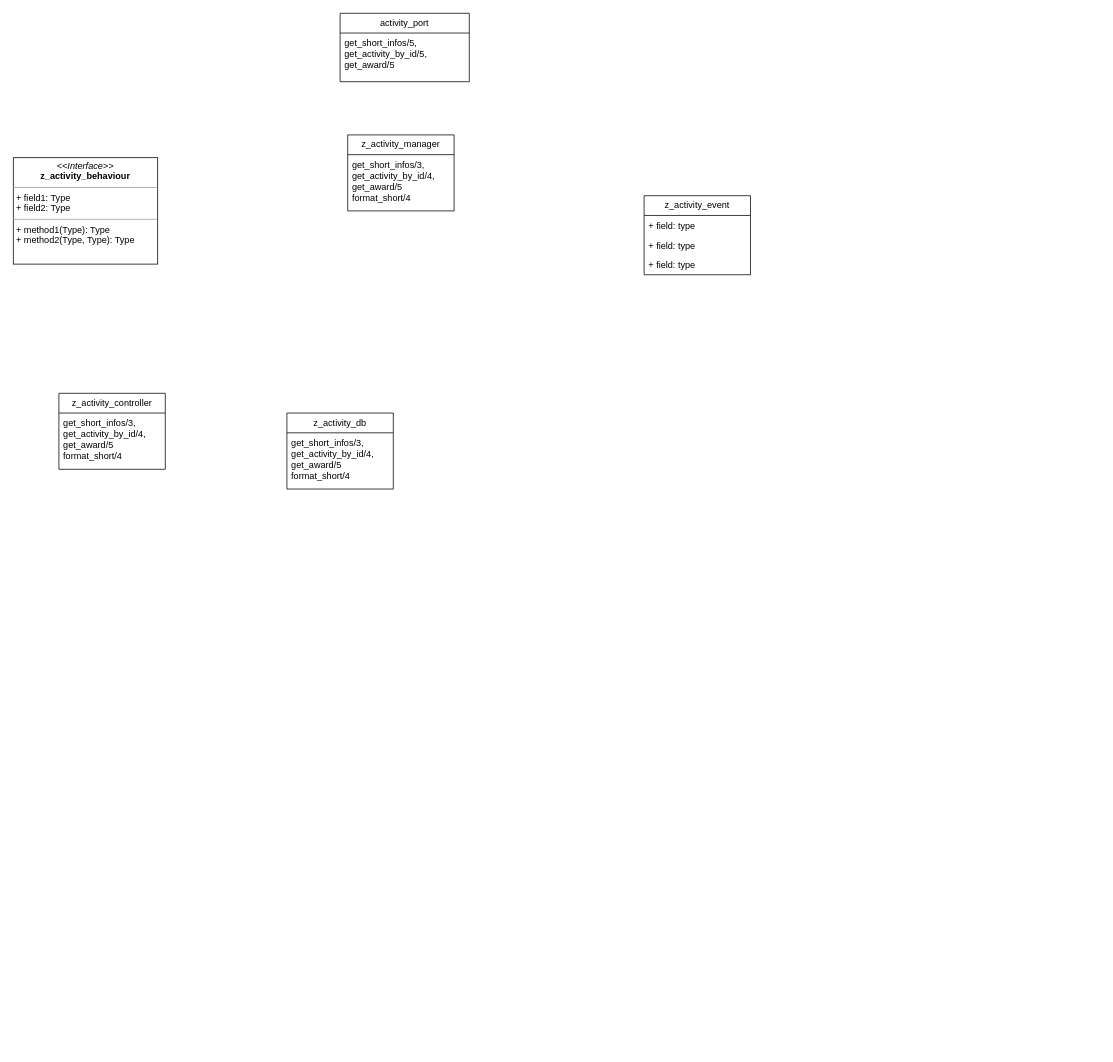
Earlier version of the draw.io diagram flowchart/活动系统.drawio (honghangzhi/diagrams). Source tidied: cells renumbered, new cells numbered last; positions are measured from the earlier drawing's top-left corner, leaving out a move shared by most shapes. Both pictures are drawn from the tidied source at 76%, with x=0, y=0 at pixel (13, 13).
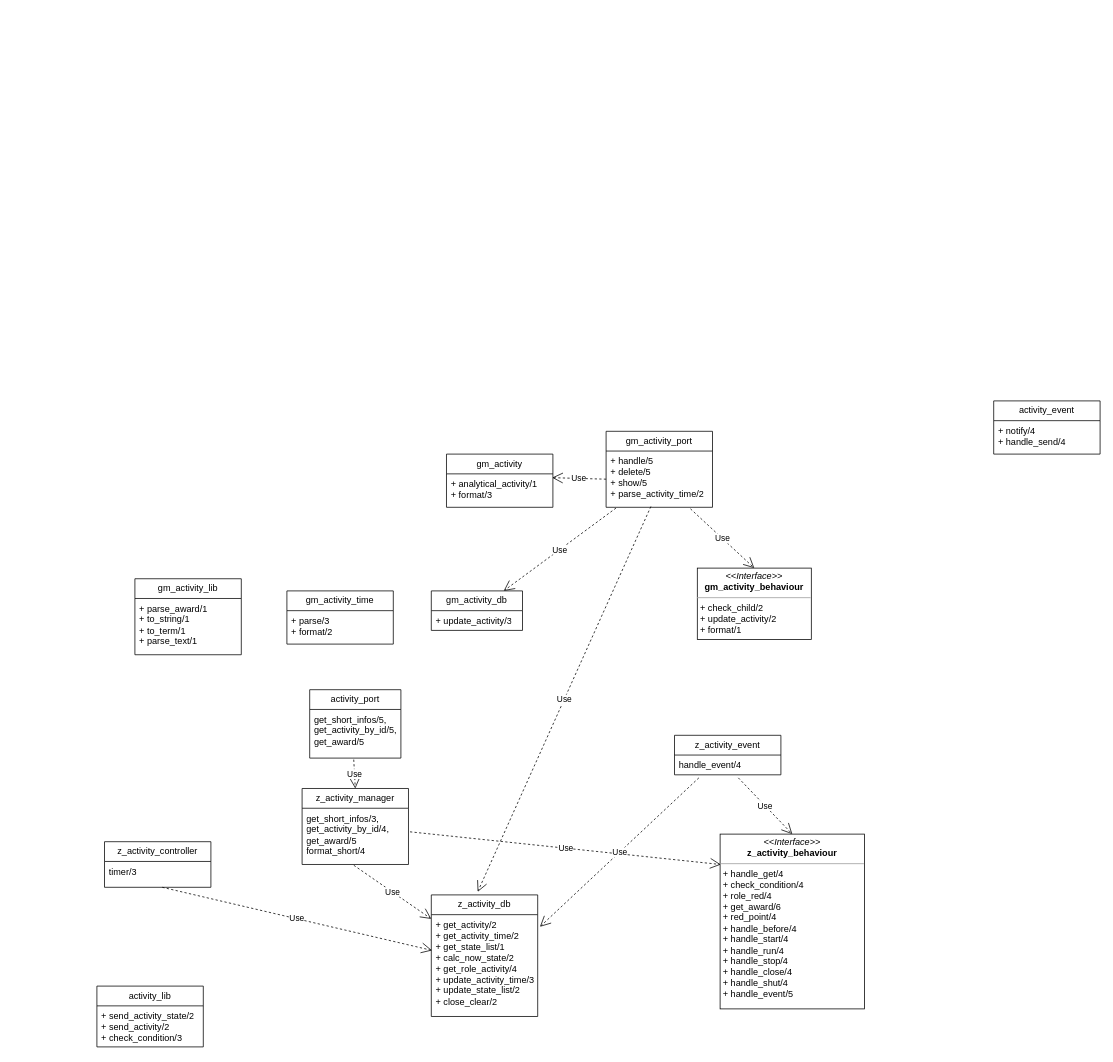
Above is the later version.

Commit message:
更新活动系统.drawio

The change refers to these unchanged cells:
```xml
<mxCell id="6" value="&lt;div&gt;get_short_infos/3, get_activity_by_id/4, get_award/5&lt;/div&gt;&lt;div&gt;&lt;span style=&quot;background-color: initial;&quot;&gt;format_short/4&lt;/span&gt;&lt;/div&gt;" style="text;strokeColor=none;fillColor=none;align=left;verticalAlign=top;spacingLeft=4;spacingRight=4;overflow=hidden;points=[[0,0.5],[1,0.5]];portConstraint=eastwest;whiteSpace=wrap;html=1;" parent="5" vertex="1">
  <mxGeometry y="26" width="140" height="74" as="geometry" />
</mxCell>
```

Diff of the diagram source:
```diff
@@
-    <mxCell id="2" value="&lt;p style=&quot;margin:0px;margin-top:4px;text-align:center;&quot;&gt;&lt;i&gt;&amp;lt;&amp;lt;Interface&amp;gt;&amp;gt;&lt;/i&gt;&lt;br&gt;&lt;/p&gt;&lt;div style=&quot;text-align: center;&quot;&gt;&lt;b&gt;z_activity_behaviour&lt;/b&gt;&lt;/div&gt;&lt;hr size=&quot;1&quot;&gt;&lt;p style=&quot;margin:0px;margin-left:4px;&quot;&gt;+ field1: Type&lt;br&gt;+ field2: Type&lt;/p&gt;&lt;hr size=&quot;1&quot;&gt;&lt;p style=&quot;margin:0px;margin-left:4px;&quot;&gt;+ method1(Type): Type&lt;br&gt;+ method2(Type, Type): Type&lt;/p&gt;" style="verticalAlign=top;align=left;overflow=fill;fontSize=12;fontFamily=Helvetica;html=1;whiteSpace=wrap;" parent="1" vertex="1">
-      <mxGeometry y="190" width="190" height="140" as="geometry" />
+    <mxCell id="2" value="&lt;p style=&quot;margin:0px;margin-top:4px;text-align:center;&quot;&gt;&lt;i&gt;&amp;lt;&amp;lt;Interface&amp;gt;&amp;gt;&lt;/i&gt;&lt;br&gt;&lt;/p&gt;&lt;div style=&quot;text-align: center;&quot;&gt;&lt;b&gt;z_activity_behaviour&lt;/b&gt;&lt;/div&gt;&lt;hr size=&quot;1&quot;&gt;&lt;p style=&quot;margin:0px;margin-left:4px;&quot;&gt;+ handle_get/4&lt;/p&gt;&lt;p style=&quot;margin:0px;margin-left:4px;&quot;&gt;+ check_condition/4&lt;/p&gt;&lt;p style=&quot;margin:0px;margin-left:4px;&quot;&gt;+ role_red/4&lt;/p&gt;&lt;p style=&quot;margin:0px;margin-left:4px;&quot;&gt;+ get_award/6&lt;/p&gt;&lt;p style=&quot;margin:0px;margin-left:4px;&quot;&gt;+ red_point/4&lt;/p&gt;&lt;p style=&quot;margin:0px;margin-left:4px;&quot;&gt;+ handle_before/4&lt;/p&gt;&lt;p style=&quot;margin:0px;margin-left:4px;&quot;&gt;+ handle_start/4&lt;/p&gt;&lt;p style=&quot;margin:0px;margin-left:4px;&quot;&gt;+ handle_run/4&lt;/p&gt;&lt;p style=&quot;margin:0px;margin-left:4px;&quot;&gt;+ handle_stop/4&lt;/p&gt;&lt;p style=&quot;margin:0px;margin-left:4px;&quot;&gt;+ handle_close/4&lt;/p&gt;&lt;p style=&quot;margin:0px;margin-left:4px;&quot;&gt;+ handle_shut/4&lt;/p&gt;&lt;p style=&quot;margin:0px;margin-left:4px;&quot;&gt;+ handle_event/5&lt;/p&gt;" style="verticalAlign=top;align=left;overflow=fill;fontSize=12;fontFamily=Helvetica;html=1;whiteSpace=wrap;" parent="1" vertex="1">
+      <mxGeometry x="930" y="1080" width="190" height="230" as="geometry" />
     </mxCell>
     <mxCell id="3" value="activity_port" style="swimlane;fontStyle=0;horizontal=1;startSize=26;fillColor=none;whiteSpace=wrap;html=1;" parent="1" vertex="1">
-      <mxGeometry x="430" width="170" height="90" as="geometry" />
+      <mxGeometry x="390" y="890" width="120" height="90" as="geometry" />
     </mxCell>
     <mxCell id="4" value="get_short_infos/5, get_activity_by_id/5, get_award/5" style="text;strokeColor=none;fillColor=none;align=left;verticalAlign=top;spacingLeft=4;spacingRight=4;overflow=hidden;points=[[0,0.5],[1,0.5]];portConstraint=eastwest;whiteSpace=wrap;html=1;" parent="3" vertex="1">
-      <mxGeometry y="26" width="170" height="64" as="geometry" />
+      <mxGeometry y="26" width="120" height="64" as="geometry" />
     </mxCell>
     <mxCell id="5" value="z_activity_manager" style="swimlane;fontStyle=0;horizontal=1;startSize=26;fillColor=none;whiteSpace=wrap;html=1;" parent="1" vertex="1">
-      <mxGeometry x="440" y="160" width="140" height="100" as="geometry" />
+      <mxGeometry x="380" y="1020" width="140" height="100" as="geometry" />
     </mxCell>
@@
     <mxCell id="7" value="z_activity_controller" style="swimlane;fontStyle=0;horizontal=1;startSize=26;fillColor=none;whiteSpace=wrap;html=1;" parent="1" vertex="1">
-      <mxGeometry x="60" y="500" width="140" height="100" as="geometry" />
+      <mxGeometry x="120" y="1090" width="140" height="60" as="geometry" />
     </mxCell>
-    <mxCell id="8" value="&lt;div&gt;get_short_infos/3, get_activity_by_id/4, get_award/5&lt;/div&gt;&lt;div&gt;&lt;span style=&quot;background-color: initial;&quot;&gt;format_short/4&lt;/span&gt;&lt;/div&gt;" style="text;strokeColor=none;fillColor=none;align=left;verticalAlign=top;spacingLeft=4;spacingRight=4;overflow=hidden;points=[[0,0.5],[1,0.5]];portConstraint=eastwest;whiteSpace=wrap;html=1;" parent="7" vertex="1">
-      <mxGeometry y="26" width="140" height="74" as="geometry" />
+    <mxCell id="8" value="timer/3" style="text;strokeColor=none;fillColor=none;align=left;verticalAlign=top;spacingLeft=4;spacingRight=4;overflow=hidden;points=[[0,0.5],[1,0.5]];portConstraint=eastwest;whiteSpace=wrap;html=1;" parent="7" vertex="1">
+      <mxGeometry y="26" width="140" height="34" as="geometry" />
     </mxCell>
     <mxCell id="9" value="z_activity_db" style="swimlane;fontStyle=0;horizontal=1;startSize=26;fillColor=none;whiteSpace=wrap;html=1;" parent="1" vertex="1">
-      <mxGeometry x="360" y="526" width="140" height="100" as="geometry" />
+      <mxGeometry x="550" y="1160" width="140" height="160" as="geometry" />
     </mxCell>
-    <mxCell id="10" value="&lt;div&gt;get_short_infos/3, get_activity_by_id/4, get_award/5&lt;/div&gt;&lt;div&gt;&lt;span style=&quot;background-color: initial;&quot;&gt;format_short/4&lt;/span&gt;&lt;/div&gt;" style="text;strokeColor=none;fillColor=none;align=left;verticalAlign=top;spacingLeft=4;spacingRight=4;overflow=hidden;points=[[0,0.5],[1,0.5]];portConstraint=eastwest;whiteSpace=wrap;html=1;" parent="9" vertex="1">
-      <mxGeometry y="26" width="140" height="74" as="geometry" />
+    <mxCell id="10" value="&lt;div&gt;+ get_activity/2&lt;/div&gt;&lt;div&gt;+ get_activity_time/2&lt;/div&gt;&lt;div&gt;+ get_state_list/1&lt;/div&gt;&lt;div&gt;+ calc_now_state/2&lt;/div&gt;&lt;div&gt;+ get_role_activity/4&lt;/div&gt;&lt;div&gt;+ update_activity_time/3&lt;/div&gt;&lt;div&gt;+ update_state_list/2&lt;/div&gt;&lt;div&gt;+ close_clear/2&lt;/div&gt;" style="text;strokeColor=none;fillColor=none;align=left;verticalAlign=top;spacingLeft=4;spacingRight=4;overflow=hidden;points=[[0,0.5],[1,0.5]];portConstraint=eastwest;whiteSpace=wrap;html=1;" parent="9" vertex="1">
+      <mxGeometry y="26" width="140" height="134" as="geometry" />
     </mxCell>
     <mxCell id="11" value="z_activity_event" style="swimlane;fontStyle=0;horizontal=1;startSize=26;fillColor=none;whiteSpace=wrap;html=1;" parent="1" vertex="1">
-      <mxGeometry x="830" y="240" width="140" height="104" as="geometry" />
+      <mxGeometry x="870" y="950" width="140" height="52" as="geometry" />
     </mxCell>
-    <mxCell id="12" value="+ field: type" style="text;strokeColor=none;fillColor=none;align=left;verticalAlign=top;spacingLeft=4;spacingRight=4;overflow=hidden;points=[[0,0.5],[1,0.5]];portConstraint=eastwest;whiteSpace=wrap;html=1;" parent="11" vertex="1">
+    <mxCell id="12" value="handle_event/4" style="text;strokeColor=none;fillColor=none;align=left;verticalAlign=top;spacingLeft=4;spacingRight=4;overflow=hidden;points=[[0,0.5],[1,0.5]];portConstraint=eastwest;whiteSpace=wrap;html=1;" parent="11" vertex="1">
       <mxGeometry y="26" width="140" height="26" as="geometry" />
     </mxCell>
-    <mxCell id="13" value="+ field: type" style="text;strokeColor=none;fillColor=none;align=left;verticalAlign=top;spacingLeft=4;spacingRight=4;overflow=hidden;whiteSpace=wrap;html=1;" parent="11" vertex="1">
-      <mxGeometry y="52" width="140" height="26" as="geometry" />
-    </mxCell>
-    <mxCell id="14" value="+ field: type" style="text;strokeColor=none;fillColor=none;align=left;verticalAlign=top;spacingLeft=4;spacingRight=4;overflow=hidden;whiteSpace=wrap;html=1;" parent="11" vertex="1">
-      <mxGeometry y="78" width="140" height="26" as="geometry" />
-    </mxCell>
+    <mxCell id="15" value="activity_lib" style="swimlane;fontStyle=0;horizontal=1;startSize=26;fillColor=none;whiteSpace=wrap;html=1;" parent="1" vertex="1">
+      <mxGeometry x="110" y="1280" width="140" height="80" as="geometry" />
+    </mxCell>
+    <mxCell id="16" value="&lt;div&gt;+ send_activity_state/2&lt;/div&gt;&lt;div&gt;+ send_activity/2&lt;/div&gt;&lt;div&gt;+ check_condition/3&lt;/div&gt;" style="text;strokeColor=none;fillColor=none;align=left;verticalAlign=top;spacingLeft=4;spacingRight=4;overflow=hidden;whiteSpace=wrap;html=1;" parent="15" vertex="1">
+      <mxGeometry y="26" width="140" height="54" as="geometry" />
+    </mxCell>
+    <mxCell id="17" value="activity_event" style="swimlane;fontStyle=0;horizontal=1;startSize=26;fillColor=none;whiteSpace=wrap;html=1;" parent="1" vertex="1">
+      <mxGeometry x="1290" y="510" width="140" height="70" as="geometry" />
+    </mxCell>
+    <mxCell id="18" value="&lt;div&gt;+ notify/4&lt;/div&gt;&lt;div&gt;+ handle_send/4&lt;/div&gt;" style="text;strokeColor=none;fillColor=none;align=left;verticalAlign=top;spacingLeft=4;spacingRight=4;overflow=hidden;whiteSpace=wrap;html=1;" parent="17" vertex="1">
+      <mxGeometry y="26" width="140" height="44" as="geometry" />
+    </mxCell>
+    <mxCell id="19" value="Use" style="endArrow=open;endSize=12;dashed=1;html=1;rounded=0;exitX=0.483;exitY=1.031;exitDx=0;exitDy=0;exitPerimeter=0;entryX=0.5;entryY=0;entryDx=0;entryDy=0;" parent="1" edge="1" source="4" target="5">
+      <mxGeometry relative="1" as="geometry" />
+    </mxCell>
+    <mxCell id="20" value="Use" style="endArrow=open;endSize=12;dashed=1;html=1;rounded=0;exitX=0.486;exitY=1.014;exitDx=0;exitDy=0;exitPerimeter=0;" parent="1" edge="1" source="6" target="9">
+      <mxGeometry relative="1" as="geometry" />
+    </mxCell>
+    <mxCell id="21" value="gm_activity_port" style="swimlane;fontStyle=0;horizontal=1;startSize=26;fillColor=none;whiteSpace=wrap;html=1;" parent="1" vertex="1">
+      <mxGeometry x="780" y="550" width="140" height="100" as="geometry" />
+    </mxCell>
+    <mxCell id="22" value="&lt;div&gt;+ handle/5&lt;/div&gt;&lt;div&gt;+ delete/5&lt;/div&gt;&lt;div&gt;+ show/5&lt;/div&gt;&lt;div&gt;+ parse_activity_time/2&lt;/div&gt;" style="text;strokeColor=none;fillColor=none;align=left;verticalAlign=top;spacingLeft=4;spacingRight=4;overflow=hidden;points=[[0,0.5],[1,0.5]];portConstraint=eastwest;whiteSpace=wrap;html=1;" parent="21" vertex="1">
+      <mxGeometry y="26" width="140" height="74" as="geometry" />
+    </mxCell>
+    <mxCell id="23" value="gm_activity_db" style="swimlane;fontStyle=0;horizontal=1;startSize=26;fillColor=none;whiteSpace=wrap;html=1;" parent="1" vertex="1">
+      <mxGeometry x="550" y="760" width="120" height="52" as="geometry" />
+    </mxCell>
+    <mxCell id="24" value="+ update_activity/3" style="text;strokeColor=none;fillColor=none;align=left;verticalAlign=top;spacingLeft=4;spacingRight=4;overflow=hidden;whiteSpace=wrap;html=1;" parent="23" vertex="1">
+      <mxGeometry y="26" width="120" height="26" as="geometry" />
+    </mxCell>
+    <mxCell id="25" value="&lt;p style=&quot;margin:0px;margin-top:4px;text-align:center;&quot;&gt;&lt;i&gt;&amp;lt;&amp;lt;Interface&amp;gt;&amp;gt;&lt;/i&gt;&lt;br&gt;&lt;/p&gt;&lt;div style=&quot;text-align: center;&quot;&gt;&lt;b&gt;gm_activity_behaviour&lt;/b&gt;&lt;/div&gt;&lt;hr size=&quot;1&quot;&gt;&lt;p style=&quot;margin:0px;margin-left:4px;&quot;&gt;+ check_child/2&lt;br style=&quot;border-color: var(--border-color);&quot;&gt;+ update_activity/2&lt;br style=&quot;border-color: var(--border-color);&quot;&gt;+ format/1&lt;br&gt;&lt;/p&gt;" style="verticalAlign=top;align=left;overflow=fill;fontSize=12;fontFamily=Helvetica;html=1;whiteSpace=wrap;" parent="1" vertex="1">
+      <mxGeometry x="900" y="730" width="150" height="94" as="geometry" />
+    </mxCell>
+    <mxCell id="26" value="gm_activity_lib" style="swimlane;fontStyle=0;horizontal=1;startSize=26;fillColor=none;whiteSpace=wrap;html=1;" parent="1" vertex="1">
+      <mxGeometry x="160" y="744" width="140" height="100" as="geometry" />
+    </mxCell>
+    <mxCell id="27" value="&lt;div&gt;+ parse_award/1&lt;/div&gt;&lt;div&gt;+ to_string/1&lt;/div&gt;&lt;div&gt;+ to_term/1&lt;/div&gt;&lt;div&gt;+ parse_text/1&lt;/div&gt;" style="text;strokeColor=none;fillColor=none;align=left;verticalAlign=top;spacingLeft=4;spacingRight=4;overflow=hidden;whiteSpace=wrap;html=1;" parent="26" vertex="1">
+      <mxGeometry y="26" width="140" height="74" as="geometry" />
+    </mxCell>
+    <mxCell id="28" value="gm_activity_time" style="swimlane;fontStyle=0;horizontal=1;startSize=26;fillColor=none;whiteSpace=wrap;html=1;" parent="1" vertex="1">
+      <mxGeometry x="360" y="760" width="140" height="70" as="geometry" />
+    </mxCell>
+    <mxCell id="29" value="+ parse/3&lt;br&gt;+ format/2" style="text;strokeColor=none;fillColor=none;align=left;verticalAlign=top;spacingLeft=4;spacingRight=4;overflow=hidden;whiteSpace=wrap;html=1;" parent="28" vertex="1">
+      <mxGeometry y="26" width="140" height="44" as="geometry" />
+    </mxCell>
+    <mxCell id="30" value="Use" style="endArrow=open;endSize=12;dashed=1;html=1;rounded=0;exitX=0.543;exitY=1;exitDx=0;exitDy=0;exitPerimeter=0;entryX=0.007;entryY=0.351;entryDx=0;entryDy=0;entryPerimeter=0;" parent="1" edge="1" source="8" target="10">
+      <mxGeometry relative="1" as="geometry" />
+    </mxCell>
+    <mxCell id="31" value="Use" style="endArrow=open;endSize=12;dashed=1;html=1;rounded=0;exitX=1.014;exitY=0.419;exitDx=0;exitDy=0;exitPerimeter=0;entryX=0.005;entryY=0.174;entryDx=0;entryDy=0;entryPerimeter=0;" parent="1" edge="1" source="6" target="2">
+      <mxGeometry relative="1" as="geometry" />
+    </mxCell>
+    <mxCell id="32" value="Use" style="endArrow=open;endSize=12;dashed=1;html=1;rounded=0;exitX=0.6;exitY=1.154;exitDx=0;exitDy=0;exitPerimeter=0;entryX=0.5;entryY=0;entryDx=0;entryDy=0;" parent="1" edge="1" source="12" target="2">
+      <mxGeometry relative="1" as="geometry" />
+    </mxCell>
+    <mxCell id="33" value="Use" style="endArrow=open;endSize=12;dashed=1;html=1;rounded=0;exitX=0.229;exitY=1.154;exitDx=0;exitDy=0;exitPerimeter=0;entryX=1.021;entryY=0.119;entryDx=0;entryDy=0;entryPerimeter=0;" parent="1" edge="1" source="12" target="10">
+      <mxGeometry relative="1" as="geometry" />
+    </mxCell>
+    <mxCell id="34" value="gm_activity" style="swimlane;fontStyle=0;horizontal=1;startSize=26;fillColor=none;whiteSpace=wrap;html=1;" parent="1" vertex="1">
+      <mxGeometry x="570" y="580" width="140" height="70" as="geometry" />
+    </mxCell>
+    <mxCell id="35" value="+ analytical_activity/1&lt;br&gt;+ format/3" style="text;strokeColor=none;fillColor=none;align=left;verticalAlign=top;spacingLeft=4;spacingRight=4;overflow=hidden;points=[[0,0.5],[1,0.5]];portConstraint=eastwest;whiteSpace=wrap;html=1;" parent="34" vertex="1">
+      <mxGeometry y="26" width="140" height="44" as="geometry" />
+    </mxCell>
+    <mxCell id="36" value="Use" style="endArrow=open;endSize=12;dashed=1;html=1;rounded=0;exitX=0;exitY=0.5;exitDx=0;exitDy=0;entryX=0.993;entryY=0.114;entryDx=0;entryDy=0;entryPerimeter=0;" parent="1" edge="1" source="22" target="35">
+      <mxGeometry relative="1" as="geometry" />
+    </mxCell>
+    <mxCell id="37" value="Use" style="endArrow=open;endSize=12;dashed=1;html=1;rounded=0;exitX=0.793;exitY=1.027;exitDx=0;exitDy=0;exitPerimeter=0;entryX=0.5;entryY=0;entryDx=0;entryDy=0;" parent="1" edge="1" source="22" target="25">
+      <mxGeometry relative="1" as="geometry" />
+    </mxCell>
+    <mxCell id="38" value="Use" style="endArrow=open;endSize=12;dashed=1;html=1;rounded=0;exitX=0.421;exitY=0.986;exitDx=0;exitDy=0;exitPerimeter=0;entryX=0.436;entryY=-0.025;entryDx=0;entryDy=0;entryPerimeter=0;" parent="1" edge="1" source="22" target="9">
+      <mxGeometry relative="1" as="geometry" />
+    </mxCell>
+    <mxCell id="39" value="Use" style="endArrow=open;endSize=12;dashed=1;html=1;rounded=0;exitX=0.093;exitY=1.014;exitDx=0;exitDy=0;exitPerimeter=0;" parent="1" edge="1" source="22" target="23">
+      <mxGeometry relative="1" as="geometry" />
+    </mxCell>
```
